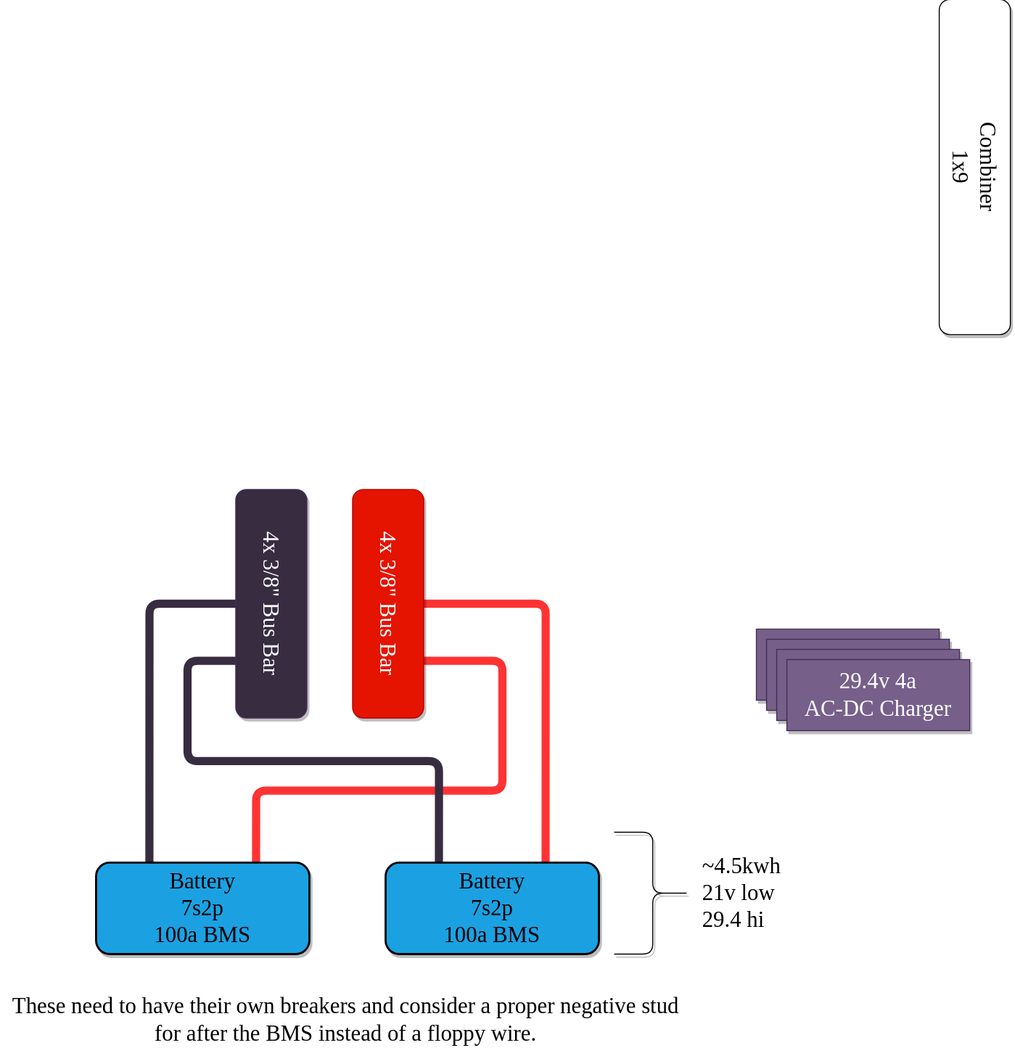
This is gary-bussy-electrical.drawio.svg from clomads/gary-bussy, a draw.io export, as it was before one commit. Source tidied: cells renumbered, new cells last; positions are measured from the earlier drawing's top-left corner, leaving out a move shared by most shapes.
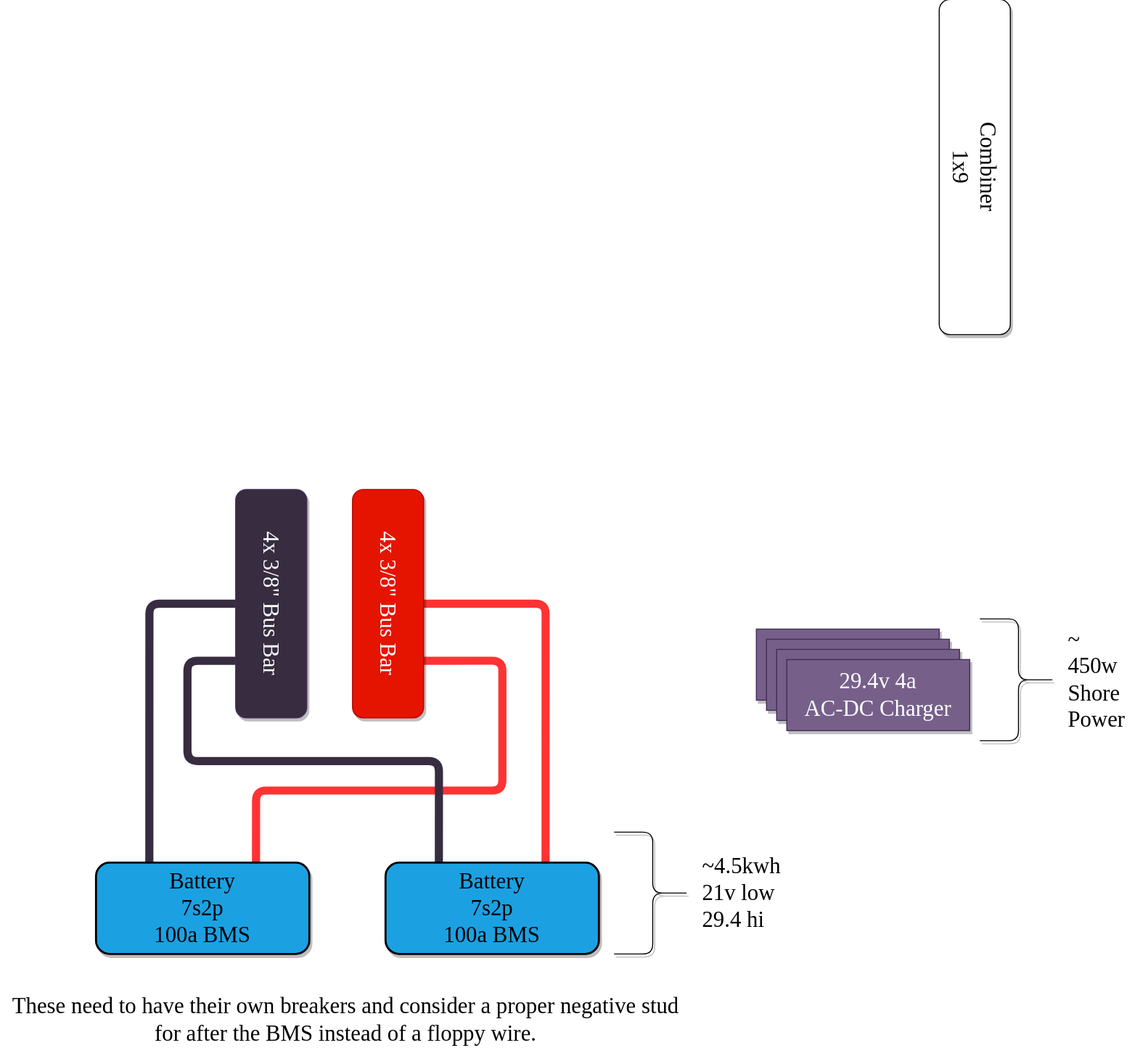
The same file after the commit.

Commit message:
specify shore power

Diff of the diagram source:
```diff
@@ -63,5 +63,8 @@
     <mxCell id="16" value="&lt;font color=&quot;#ffffff&quot;&gt;29.4v 4a &lt;br&gt;AC-DC Charger&lt;/font&gt;" style="rounded=0;whiteSpace=wrap;html=1;shadow=1;sketch=0;fontFamily=League Spartan;fontSource=https%3A%2F%2Ffonts.googleapis.com%2Fcss%3Ffamily%3DLeague%2BSpartan;fontSize=22;fillColor=#76608a;fontColor=#ffffff;strokeColor=#432D57;" parent="1" vertex="1">
       <mxGeometry x="774" y="520" width="180" height="70" as="geometry" />
     </mxCell>
+    <mxCell id="17" value="~&lt;br&gt;450w&lt;br&gt;Shore Power" style="shape=curlyBracket;whiteSpace=wrap;html=1;rounded=1;flipH=1;labelPosition=right;verticalLabelPosition=middle;align=left;verticalAlign=middle;shadow=1;sketch=0;fontFamily=League Spartan;fontSource=https%3A%2F%2Ffonts.googleapis.com%2Fcss%3Ffamily%3DLeague%2BSpartan;fontSize=22;spacingLeft=9;" parent="1" vertex="1">
+      <mxGeometry x="964" y="480" width="76" height="120" as="geometry" />
+    </mxCell>
   </root>
 </mxGraphModel>
```
